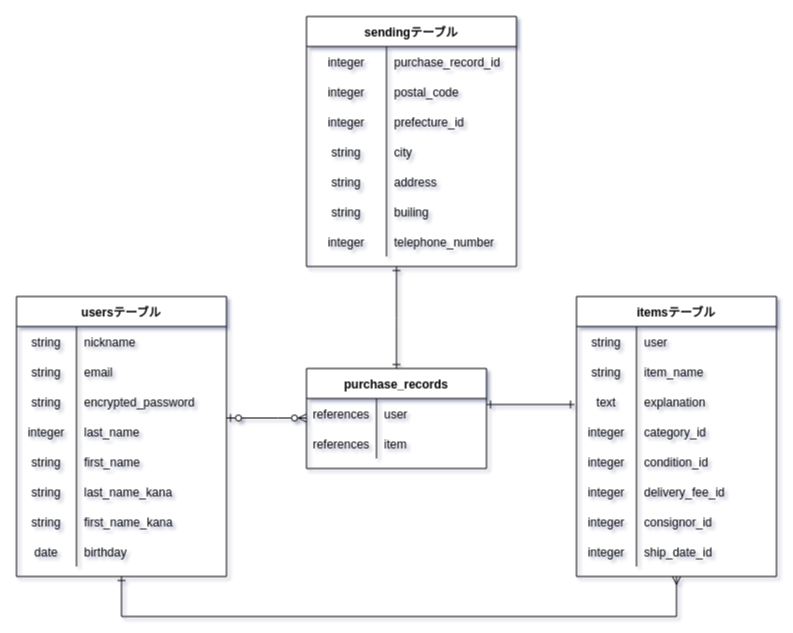
Above: test.dio in iorrittle/furima-37188 (draw.io), before the change. Source tidied: cells renumbered, new cells numbered last; positions are measured from the earlier drawing's top-left corner, leaving out a move shared by most shapes. Both pictures are drawn from the tidied source at 100%, with x=0, y=0 at pixel (16, 16).
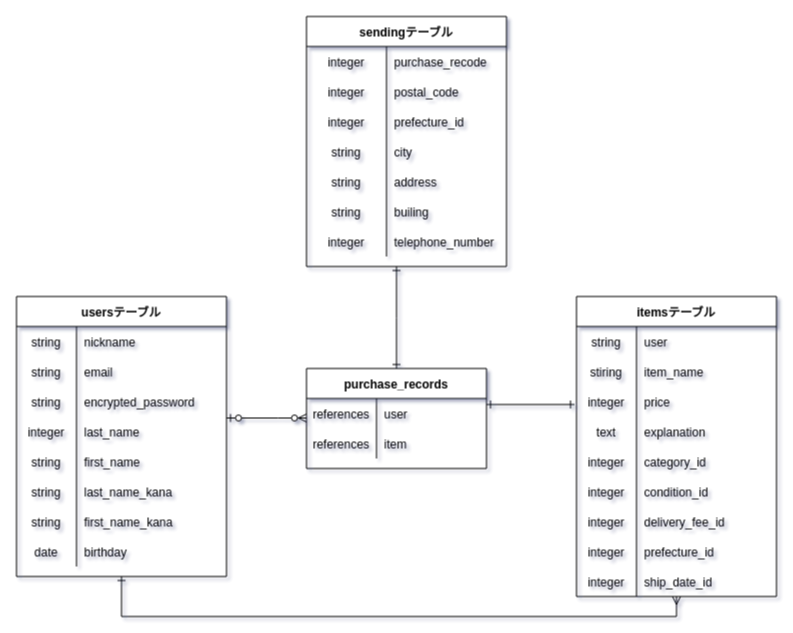
Above is the later version.

Commit message (it also covers changes not shown here):
データベース設計、ER図作成の修正３回目。

Change to the diagram source:
```diff
@@
     <mxCell id="28" value="itemsテーブル" style="shape=table;startSize=30;childLayout=tableLayout;rowLines=0;fontStyle=1;align=center;gradientColor=#ffffff;" parent="1" vertex="1">
-      <mxGeometry x="560" y="280" width="200" height="280" as="geometry" />
+      <mxGeometry x="560" y="280" width="200" height="300" as="geometry" />
     </mxCell>
@@
+    <mxCell id="86" style="shape=partialRectangle;fillColor=none;top=0;left=0;bottom=0;right=0;" parent="28" vertex="1">
+      <mxGeometry y="60" width="200" height="30" as="geometry" />
+    </mxCell>
+    <mxCell id="87" value="stiring" style="shape=partialRectangle;fillColor=none;top=0;left=0;bottom=0;right=0;overflow=hidden;" parent="86" vertex="1">
+      <mxGeometry width="60" height="30" as="geometry" />
+    </mxCell>
+    <mxCell id="88" value="item_name" style="shape=partialRectangle;fillColor=none;top=0;left=0;bottom=0;right=0;align=left;spacingLeft=6;overflow=hidden;" parent="86" vertex="1">
+      <mxGeometry x="60" width="140" height="30" as="geometry" />
+    </mxCell>
     <mxCell id="32" style="shape=partialRectangle;fillColor=none;top=0;left=0;bottom=0;right=0;" parent="28" vertex="1">
-      <mxGeometry y="60" width="200" height="30" as="geometry" />
+      <mxGeometry y="90" width="200" height="30" as="geometry" />
     </mxCell>
-    <mxCell id="33" value="string" style="shape=partialRectangle;fillColor=none;top=0;left=0;bottom=0;right=0;overflow=hidden;" parent="32" vertex="1">
+    <mxCell id="33" value="integer" style="shape=partialRectangle;fillColor=none;top=0;left=0;bottom=0;right=0;overflow=hidden;" parent="32" vertex="1">
       <mxGeometry width="60" height="30" as="geometry" />
     </mxCell>
-    <mxCell id="34" value="item_name" style="shape=partialRectangle;fillColor=none;top=0;left=0;bottom=0;right=0;align=left;spacingLeft=6;overflow=hidden;" parent="32" vertex="1">
+    <mxCell id="34" value="price" style="shape=partialRectangle;fillColor=none;top=0;left=0;bottom=0;right=0;align=left;spacingLeft=6;overflow=hidden;" parent="32" vertex="1">
       <mxGeometry x="60" width="140" height="30" as="geometry" />
     </mxCell>
     <mxCell id="35" style="shape=partialRectangle;fillColor=none;top=0;left=0;bottom=0;right=0;points=[[0,0.5],[1,0.5]];portConstraint=eastwest;" parent="28" vertex="1">
-      <mxGeometry y="90" width="200" height="30" as="geometry" />
+      <mxGeometry y="120" width="200" height="30" as="geometry" />
     </mxCell>
@@
     <mxCell id="38" style="shape=partialRectangle;fillColor=none;top=0;left=0;bottom=0;right=0;" parent="28" vertex="1">
-      <mxGeometry y="120" width="200" height="30" as="geometry" />
+      <mxGeometry y="150" width="200" height="30" as="geometry" />
     </mxCell>
@@
     <mxCell id="41" style="shape=partialRectangle;fillColor=none;top=0;left=0;bottom=0;right=0;" parent="28" vertex="1">
-      <mxGeometry y="150" width="200" height="30" as="geometry" />
+      <mxGeometry y="180" width="200" height="30" as="geometry" />
     </mxCell>
@@
     <mxCell id="45" style="shape=partialRectangle;fillColor=none;top=0;left=0;bottom=0;right=0;" parent="28" vertex="1">
-      <mxGeometry y="180" width="200" height="30" as="geometry" />
+      <mxGeometry y="210" width="200" height="30" as="geometry" />
     </mxCell>
@@
     <mxCell id="48" style="shape=partialRectangle;fillColor=none;top=0;left=0;bottom=0;right=0;" parent="28" vertex="1">
-      <mxGeometry y="210" width="200" height="30" as="geometry" />
+      <mxGeometry y="240" width="200" height="30" as="geometry" />
     </mxCell>
@@
-    <mxCell id="50" value="consignor_id" style="shape=partialRectangle;fillColor=none;top=0;left=0;bottom=0;right=0;align=left;spacingLeft=6;overflow=hidden;" parent="48" vertex="1">
+    <mxCell id="50" value="prefecture_id" style="shape=partialRectangle;fillColor=none;top=0;left=0;bottom=0;right=0;align=left;spacingLeft=6;overflow=hidden;" parent="48" vertex="1">
       <mxGeometry x="60" width="140" height="30" as="geometry" />
     </mxCell>
     <mxCell id="51" style="shape=partialRectangle;fillColor=none;top=0;left=0;bottom=0;right=0;" parent="28" vertex="1">
-      <mxGeometry y="240" width="200" height="30" as="geometry" />
+      <mxGeometry y="270" width="200" height="30" as="geometry" />
     </mxCell>
@@
     <mxCell id="63" value="sendingテーブル" style="shape=table;startSize=30;childLayout=tableLayout;rowLines=0;fontStyle=1;align=center;gradientColor=#ffffff;" parent="1" vertex="1">
-      <mxGeometry x="290" width="210" height="250" as="geometry" />
+      <mxGeometry x="290" width="200" height="250" as="geometry" />
     </mxCell>
     <mxCell id="64" style="shape=partialRectangle;fillColor=none;top=0;left=0;bottom=0;right=0;" parent="63" vertex="1">
-      <mxGeometry y="30" width="210" height="30" as="geometry" />
+      <mxGeometry y="30" width="200" height="30" as="geometry" />
     </mxCell>
@@
-    <mxCell id="66" value="purchase_record_id" style="shape=partialRectangle;fillColor=none;top=0;left=0;bottom=0;right=0;align=left;spacingLeft=6;overflow=hidden;" parent="64" vertex="1">
-      <mxGeometry x="80" width="130" height="30" as="geometry" />
+    <mxCell id="66" value="purchase_recode" style="shape=partialRectangle;fillColor=none;top=0;left=0;bottom=0;right=0;align=left;spacingLeft=6;overflow=hidden;" parent="64" vertex="1">
+      <mxGeometry x="80" width="120" height="30" as="geometry" />
     </mxCell>
     <mxCell id="67" style="shape=partialRectangle;fillColor=none;top=0;left=0;bottom=0;right=0;" parent="63" vertex="1">
-      <mxGeometry y="60" width="210" height="30" as="geometry" />
+      <mxGeometry y="60" width="200" height="30" as="geometry" />
     </mxCell>
@@
     <mxCell id="69" value="postal_code" style="shape=partialRectangle;fillColor=none;top=0;left=0;bottom=0;right=0;align=left;spacingLeft=6;overflow=hidden;" parent="67" vertex="1">
-      <mxGeometry x="80" width="130" height="30" as="geometry" />
+      <mxGeometry x="80" width="120" height="30" as="geometry" />
     </mxCell>
     <mxCell id="70" style="shape=partialRectangle;fillColor=none;top=0;left=0;bottom=0;right=0;" parent="63" vertex="1">
-      <mxGeometry y="90" width="210" height="30" as="geometry" />
+      <mxGeometry y="90" width="200" height="30" as="geometry" />
     </mxCell>
@@
     <mxCell id="72" value="prefecture_id" style="shape=partialRectangle;fillColor=none;top=0;left=0;bottom=0;right=0;align=left;spacingLeft=6;overflow=hidden;" parent="70" vertex="1">
-      <mxGeometry x="80" width="130" height="30" as="geometry" />
+      <mxGeometry x="80" width="120" height="30" as="geometry" />
     </mxCell>
     <mxCell id="73" style="shape=partialRectangle;fillColor=none;top=0;left=0;bottom=0;right=0;" parent="63" vertex="1">
-      <mxGeometry y="120" width="210" height="30" as="geometry" />
+      <mxGeometry y="120" width="200" height="30" as="geometry" />
     </mxCell>
@@
     <mxCell id="75" value="city" style="shape=partialRectangle;fillColor=none;top=0;left=0;bottom=0;right=0;align=left;spacingLeft=6;overflow=hidden;" parent="73" vertex="1">
-      <mxGeometry x="80" width="130" height="30" as="geometry" />
+      <mxGeometry x="80" width="120" height="30" as="geometry" />
     </mxCell>
     <mxCell id="76" style="shape=partialRectangle;fillColor=none;top=0;left=0;bottom=0;right=0;" parent="63" vertex="1">
-      <mxGeometry y="150" width="210" height="30" as="geometry" />
+      <mxGeometry y="150" width="200" height="30" as="geometry" />
     </mxCell>
@@
     <mxCell id="78" value="address" style="shape=partialRectangle;fillColor=none;top=0;left=0;bottom=0;right=0;align=left;spacingLeft=6;overflow=hidden;" parent="76" vertex="1">
-      <mxGeometry x="80" width="130" height="30" as="geometry" />
+      <mxGeometry x="80" width="120" height="30" as="geometry" />
     </mxCell>
     <mxCell id="79" style="shape=partialRectangle;fillColor=none;top=0;left=0;bottom=0;right=0;" parent="63" vertex="1">
-      <mxGeometry y="180" width="210" height="30" as="geometry" />
+      <mxGeometry y="180" width="200" height="30" as="geometry" />
     </mxCell>
@@
     <mxCell id="81" value="builing " style="shape=partialRectangle;fillColor=none;top=0;left=0;bottom=0;right=0;align=left;spacingLeft=6;overflow=hidden;" parent="79" vertex="1">
-      <mxGeometry x="80" width="130" height="30" as="geometry" />
+      <mxGeometry x="80" width="120" height="30" as="geometry" />
     </mxCell>
     <mxCell id="82" style="shape=partialRectangle;fillColor=none;top=0;left=0;bottom=0;right=0;" parent="63" vertex="1">
-      <mxGeometry y="210" width="210" height="30" as="geometry" />
+      <mxGeometry y="210" width="200" height="30" as="geometry" />
     </mxCell>
@@
     <mxCell id="84" value="telephone_number" style="shape=partialRectangle;fillColor=none;top=0;left=0;bottom=0;right=0;align=left;spacingLeft=6;overflow=hidden;" parent="82" vertex="1">
-      <mxGeometry x="80" width="130" height="30" as="geometry" />
+      <mxGeometry x="80" width="120" height="30" as="geometry" />
     </mxCell>
```
